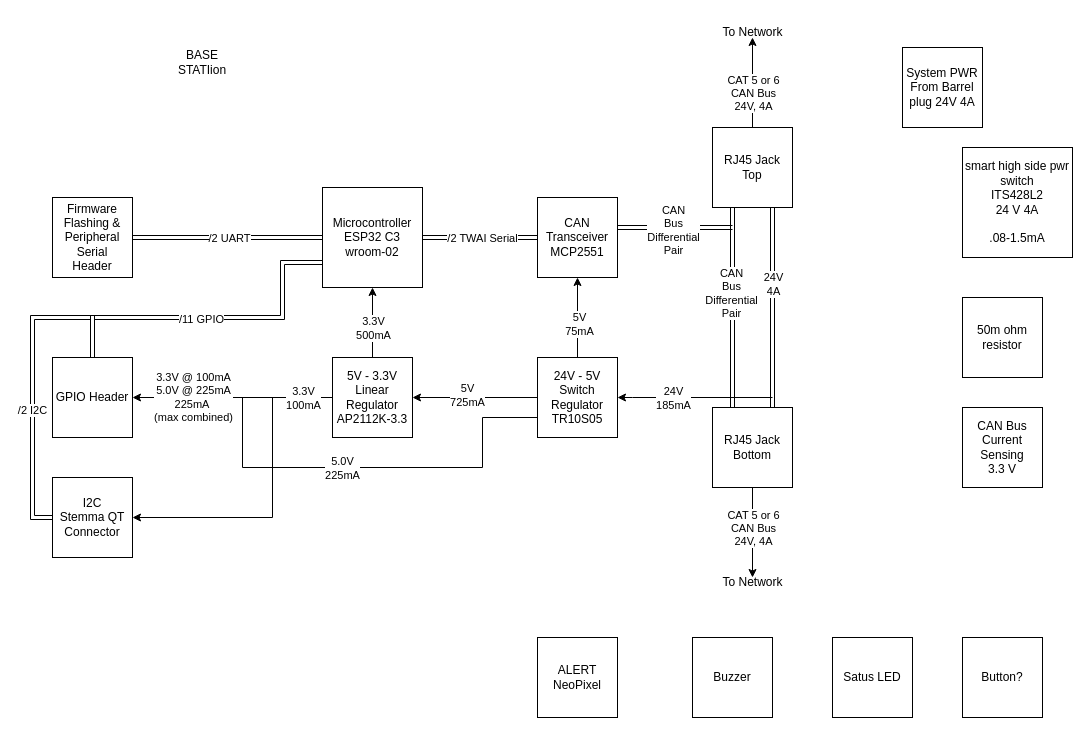
Above: BlockDiagrams/BaseStationBlock.drawio in ProjectFishWorks/Documentation (draw.io), before the change. Source tidied: cells renumbered, new cells numbered last; positions are measured from the earlier drawing's top-left corner, leaving out a move shared by most shapes. Both pictures are drawn from the tidied source at 100%, with x=0, y=0 at pixel (32, 17).
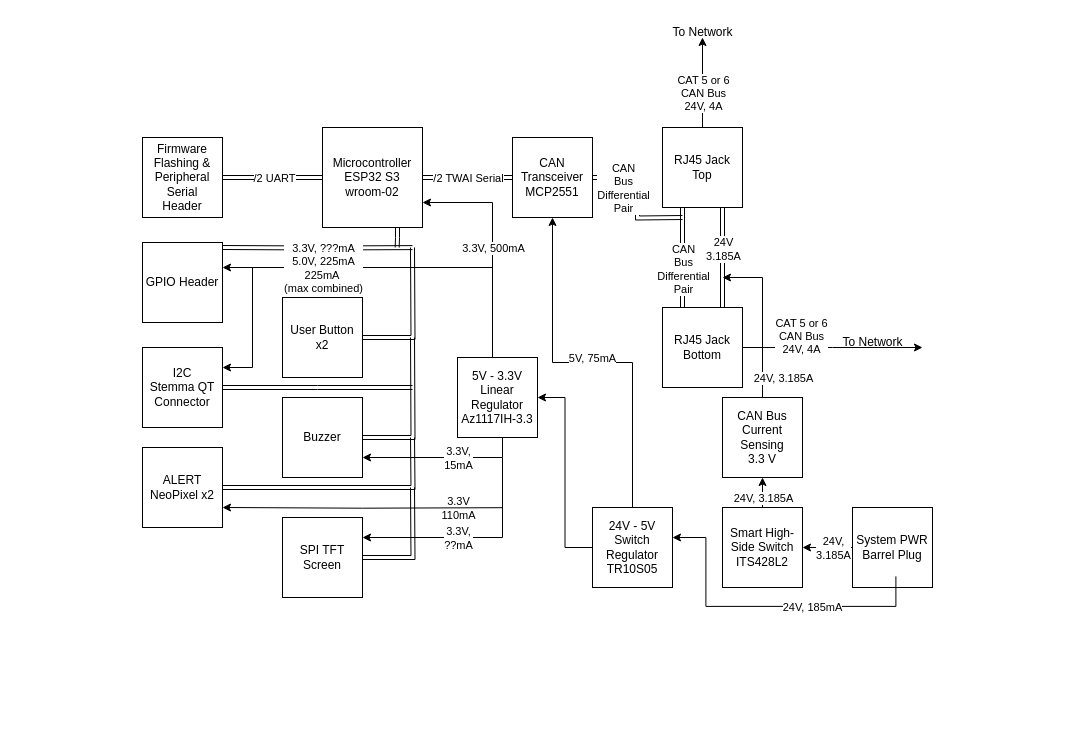
After the change.

Unchanged cells that the change refers to:
```xml
<mxCell id="4" style="edgeStyle=orthogonalEdgeStyle;rounded=0;jettySize=auto;html=1;exitX=0.25;exitY=1;exitDx=0;exitDy=0;entryX=0.25;entryY=0;entryDx=0;entryDy=0;shape=link;" parent="1" edge="1" source="10" target="12">
  <mxGeometry relative="1" as="geometry" />
</mxCell>
<mxCell id="6" style="edgeStyle=orthogonalEdgeStyle;rounded=0;jettySize=auto;html=1;exitX=0.75;exitY=1;exitDx=0;exitDy=0;entryX=0.75;entryY=0;entryDx=0;entryDy=0;shape=link;" parent="1" edge="1" source="10" target="12">
  <mxGeometry relative="1" as="geometry" />
</mxCell>
<mxCell id="24" style="edgeStyle=orthogonalEdgeStyle;rounded=0;jettySize=auto;html=1;entryX=0.5;entryY=1;entryDx=0;entryDy=0;" parent="1" edge="1" source="30" target="21">
  <mxGeometry relative="1" as="geometry" />
</mxCell>
```

Diff of the diagram source:
```diff
@@
-    <mxCell id="2" style="edgeStyle=orthogonalEdgeStyle;rounded=0;jettySize=auto;html=1;shape=link;" parent="1" edge="1" source="21">
-      <mxGeometry relative="1" as="geometry">
-        <mxPoint x="700" y="210" as="targetPoint" />
-        <Array as="points">
-          <mxPoint x="700" y="210" />
-        </Array>
-      </mxGeometry>
-    </mxCell>
-    <mxCell id="3" value="CAN&lt;div&gt;Bus&lt;/div&gt;&lt;div&gt;Differential&lt;br&gt;&lt;/div&gt;&lt;div&gt;Pair&lt;/div&gt;" style="edgeLabel;html=1;align=center;verticalAlign=middle;" parent="2" vertex="1">
-      <mxGeometry x="-0.29" y="-2" relative="1" as="geometry">
-        <mxPoint x="14" as="offset" />
-      </mxGeometry>
-    </mxCell>
+    <mxCell id="54" style="edgeStyle=orthogonalEdgeStyle;rounded=0;orthogonalLoop=1;jettySize=auto;html=1;exitX=1;exitY=0.25;exitDx=0;exitDy=0;shape=link;" parent="1" edge="1">
+      <mxGeometry relative="1" as="geometry">
+        <mxPoint x="190" y="230" as="sourcePoint" />
+        <mxPoint x="380" y="230.1" as="targetPoint" />
+      </mxGeometry>
+    </mxCell>
@@
     <mxCell id="5" value="CAN&lt;div&gt;Bus&lt;/div&gt;&lt;div&gt;Differential&lt;br&gt;&lt;/div&gt;&lt;div&gt;Pair&lt;/div&gt;" style="edgeLabel;html=1;align=center;verticalAlign=middle;" parent="4" vertex="1">
-      <mxGeometry x="-0.15" y="-2" relative="1" as="geometry" />
+      <mxGeometry x="-0.15" y="-2" relative="1" as="geometry">
+        <mxPoint x="2" y="18" as="offset" />
+      </mxGeometry>
     </mxCell>
@@
-    <mxCell id="7" value="24V&lt;div&gt;4A&lt;/div&gt;" style="edgeLabel;html=1;align=center;verticalAlign=middle;" parent="6" vertex="1">
+    <mxCell id="7" value="24V&lt;div&gt;3.185A&lt;/div&gt;" style="edgeLabel;html=1;align=center;verticalAlign=middle;" parent="6" vertex="1">
       <mxGeometry x="-0.29" relative="1" as="geometry">
         <mxPoint y="5" as="offset" />
       </mxGeometry>
     </mxCell>
     <mxCell id="8" style="edgeStyle=orthogonalEdgeStyle;rounded=0;jettySize=auto;html=1;" parent="1" edge="1" source="10">
       <mxGeometry relative="1" as="geometry">
-        <mxPoint x="720" y="20" as="targetPoint" />
+        <mxPoint x="670" y="20" as="targetPoint" />
       </mxGeometry>
     </mxCell>
@@
     <mxCell id="10" value="RJ45 Jack&lt;div&gt;Top&lt;/div&gt;" style="whiteSpace=wrap;html=1;" parent="1" vertex="1">
-      <mxGeometry x="680" y="110" width="80" height="80" as="geometry" />
+      <mxGeometry x="630" y="110" width="80" height="80" as="geometry" />
     </mxCell>
     <mxCell id="11" style="edgeStyle=orthogonalEdgeStyle;rounded=0;jettySize=auto;html=1;" parent="1" edge="1" source="12">
       <mxGeometry relative="1" as="geometry">
-        <mxPoint x="720" y="560" as="targetPoint" />
+        <mxPoint x="890" y="330" as="targetPoint" />
       </mxGeometry>
     </mxCell>
     <mxCell id="12" value="RJ45 Jack&lt;div&gt;Bottom&lt;/div&gt;" style="whiteSpace=wrap;html=1;" parent="1" vertex="1">
-      <mxGeometry x="680" y="390" width="80" height="80" as="geometry" />
+      <mxGeometry x="630" y="290" width="80" height="80" as="geometry" />
     </mxCell>
     <mxCell id="13" value="To Network" style="text;html=1;align=center;verticalAlign=middle;strokeColor=none;fillColor=none;" parent="1" vertex="1">
-      <mxGeometry x="680" width="80" height="30" as="geometry" />
+      <mxGeometry x="630" width="80" height="30" as="geometry" />
     </mxCell>
     <mxCell id="14" value="To Network" style="text;html=1;align=center;verticalAlign=middle;strokeColor=none;fillColor=none;" parent="1" vertex="1">
-      <mxGeometry x="680" y="550" width="80" height="30" as="geometry" />
+      <mxGeometry x="800" y="310" width="80" height="30" as="geometry" />
     </mxCell>
     <mxCell id="15" value="CAT 5 or 6&lt;div&gt;CAN Bus&lt;/div&gt;&lt;div&gt;24V, 4A&lt;/div&gt;" style="edgeLabel;html=1;align=center;verticalAlign=middle;" parent="1" vertex="1">
-      <mxGeometry x="720" y="510" as="geometry" />
+      <mxGeometry x="770" y="310" as="geometry">
+        <mxPoint x="-2" y="8" as="offset" />
+      </mxGeometry>
     </mxCell>
@@
-    <mxCell id="18" style="edgeStyle=orthogonalEdgeStyle;rounded=0;jettySize=auto;html=1;exitX=0;exitY=0.75;exitDx=0;exitDy=0;entryX=0.5;entryY=0;entryDx=0;entryDy=0;shape=link;" parent="1" edge="1" source="20" target="40">
-      <mxGeometry relative="1" as="geometry">
-        <Array as="points">
-          <mxPoint x="250" y="245" />
-          <mxPoint x="250" y="300" />
-          <mxPoint x="60" y="300" />
-        </Array>
-      </mxGeometry>
-    </mxCell>
-    <mxCell id="19" value="/11 GPIO" style="edgeLabel;html=1;align=center;verticalAlign=middle;" parent="18" vertex="1">
-      <mxGeometry x="0.09" y="1" relative="1" as="geometry" />
-    </mxCell>
+    <mxCell id="55" style="edgeStyle=orthogonalEdgeStyle;rounded=0;jettySize=auto;html=1;exitX=0.75;exitY=1;exitDx=0;exitDy=0;shape=link;" parent="1" edge="1" source="20">
+      <mxGeometry relative="1" as="geometry">
+        <mxPoint x="364.7" y="230" as="targetPoint" />
+        <Array as="points">
+          <mxPoint x="365" y="220" />
+          <mxPoint x="365" y="220" />
+        </Array>
+      </mxGeometry>
+    </mxCell>
-    <mxCell id="20" value="&lt;div&gt;Microcontroller&lt;/div&gt;ESP32 C3&lt;div&gt;wroom-02&lt;/div&gt;" style="whiteSpace=wrap;html=1;" parent="1" vertex="1">
-      <mxGeometry x="290" y="170" width="100" height="100" as="geometry" />
+    <mxCell id="20" value="&lt;div&gt;Microcontroller&lt;/div&gt;ESP32 S3&lt;div&gt;wroom-02&lt;/div&gt;" style="whiteSpace=wrap;html=1;" parent="1" vertex="1">
+      <mxGeometry x="290" y="110" width="100" height="100" as="geometry" />
     </mxCell>
+    <mxCell id="56" style="edgeStyle=orthogonalEdgeStyle;rounded=0;jettySize=auto;html=1;shape=link;" parent="1" edge="1" source="21">
+      <mxGeometry relative="1" as="geometry">
+        <mxPoint x="650" y="200" as="targetPoint" />
+      </mxGeometry>
+    </mxCell>
     <mxCell id="21" value="CAN Transceiver&lt;div&gt;MCP2551&lt;/div&gt;" style="whiteSpace=wrap;html=1;" parent="1" vertex="1">
-      <mxGeometry x="505" y="180" width="80" height="80" as="geometry" />
+      <mxGeometry x="480" y="120" width="80" height="80" as="geometry" />
     </mxCell>
-    <mxCell id="22" style="edgeStyle=orthogonalEdgeStyle;rounded=0;jettySize=auto;html=1;" parent="1" edge="1" target="30">
-      <mxGeometry relative="1" as="geometry">
-        <mxPoint x="740" y="380" as="sourcePoint" />
-        <Array as="points">
-          <mxPoint x="600" y="380" />
-          <mxPoint x="600" y="380" />
-        </Array>
-      </mxGeometry>
-    </mxCell>
-    <mxCell id="23" value="24V&lt;div&gt;185mA&lt;/div&gt;" style="edgeLabel;html=1;align=center;verticalAlign=middle;" parent="22" vertex="1">
-      <mxGeometry x="-0.2" y="-2" relative="1" as="geometry">
-        <mxPoint x="-38" y="2" as="offset" />
-      </mxGeometry>
-    </mxCell>
+    <mxCell id="26" style="edgeStyle=orthogonalEdgeStyle;rounded=0;jettySize=auto;html=1;entryX=1;entryY=0.5;entryDx=0;entryDy=0;" parent="1" edge="1" source="30" target="36">
+      <mxGeometry relative="1" as="geometry" />
+    </mxCell>
@@
-    <mxCell id="25" value="5V&lt;div&gt;75mA&lt;/div&gt;" style="edgeLabel;html=1;align=center;verticalAlign=middle;" parent="24" vertex="1">
-      <mxGeometry x="-0.14" y="-1" relative="1" as="geometry" />
-    </mxCell>
-    <mxCell id="26" style="edgeStyle=orthogonalEdgeStyle;rounded=0;jettySize=auto;html=1;entryX=1;entryY=0.5;entryDx=0;entryDy=0;" parent="1" edge="1" source="30" target="36">
-      <mxGeometry relative="1" as="geometry" />
-    </mxCell>
-    <mxCell id="27" value="&lt;div&gt;5V&lt;/div&gt;725mA" style="edgeLabel;html=1;align=center;verticalAlign=middle;" parent="26" vertex="1">
-      <mxGeometry x="0.14" y="-3" relative="1" as="geometry" />
-    </mxCell>
-    <mxCell id="28" style="edgeStyle=orthogonalEdgeStyle;rounded=0;jettySize=auto;html=1;exitX=0;exitY=0.75;exitDx=0;exitDy=0;startArrow=none;startFill=0;endArrow=none;endFill=0;" parent="1" edge="1" source="30">
-      <mxGeometry relative="1" as="geometry">
-        <mxPoint x="250" y="380" as="targetPoint" />
-        <Array as="points">
-          <mxPoint x="450" y="400" />
-          <mxPoint x="450" y="450" />
-          <mxPoint x="210" y="450" />
-          <mxPoint x="210" y="380" />
-        </Array>
-      </mxGeometry>
-    </mxCell>
-    <mxCell id="29" value="&lt;div&gt;5.0V&lt;/div&gt;225mA" style="edgeLabel;html=1;align=center;verticalAlign=middle;" parent="28" vertex="1">
-      <mxGeometry x="0.08" relative="1" as="geometry" />
-    </mxCell>
+    <mxCell id="57" value="5V, 75mA" style="edgeLabel;html=1;align=center;verticalAlign=middle;" parent="24" vertex="1">
+      <mxGeometry x="0.06" relative="1" as="geometry">
+        <mxPoint x="10" y="-5" as="offset" />
+      </mxGeometry>
+    </mxCell>
     <mxCell id="30" value="24V - 5V&lt;div&gt;Switch Regulator&lt;/div&gt;&lt;div&gt;TR10S05&lt;/div&gt;" style="whiteSpace=wrap;html=1;" parent="1" vertex="1">
-      <mxGeometry x="505" y="340" width="80" height="80" as="geometry" />
+      <mxGeometry x="560" y="490" width="80" height="80" as="geometry" />
     </mxCell>
-    <mxCell id="31" style="edgeStyle=orthogonalEdgeStyle;rounded=0;jettySize=auto;html=1;" parent="1" edge="1" source="36" target="20">
-      <mxGeometry relative="1" as="geometry" />
+    <mxCell id="31" style="edgeStyle=orthogonalEdgeStyle;rounded=0;jettySize=auto;html=1;entryX=1;entryY=0.75;entryDx=0;entryDy=0;" parent="1" edge="1" source="36" target="20">
+      <mxGeometry relative="1" as="geometry">
+        <Array as="points">
+          <mxPoint x="460" y="185" />
+        </Array>
+      </mxGeometry>
     </mxCell>
-    <mxCell id="32" value="3.3V&lt;div&gt;500mA&lt;/div&gt;" style="edgeLabel;html=1;align=center;verticalAlign=middle;" parent="31" vertex="1">
-      <mxGeometry x="-0.14" relative="1" as="geometry" />
-    </mxCell>
-    <mxCell id="33" style="edgeStyle=orthogonalEdgeStyle;rounded=0;jettySize=auto;html=1;entryX=1;entryY=0.5;entryDx=0;entryDy=0;" parent="1" edge="1" source="36" target="40">
-      <mxGeometry relative="1" as="geometry" />
-    </mxCell>
-    <mxCell id="34" value="3.3V&lt;div&gt;100mA&lt;/div&gt;" style="edgeLabel;html=1;align=center;verticalAlign=middle;" parent="33" vertex="1">
-      <mxGeometry x="-0.43" y="1" relative="1" as="geometry">
-        <mxPoint x="27" y="-1" as="offset" />
-      </mxGeometry>
-    </mxCell>
-    <mxCell id="35" value="3.3V @ 100mA&lt;div&gt;5.0V @ 225mA&lt;br&gt;&lt;div&gt;&lt;div&gt;225mA&amp;nbsp;&lt;/div&gt;&lt;div&gt;(max combined)&lt;/div&gt;&lt;/div&gt;&lt;/div&gt;" style="edgeLabel;html=1;align=center;verticalAlign=middle;" parent="33" vertex="1">
-      <mxGeometry x="0.44" y="-1" relative="1" as="geometry">
-        <mxPoint x="4" as="offset" />
-      </mxGeometry>
-    </mxCell>
+    <mxCell id="58" value="3.3V, 500mA" style="edgeLabel;html=1;align=center;verticalAlign=middle;" parent="31" vertex="1">
+      <mxGeometry x="-0.5" relative="1" as="geometry">
+        <mxPoint y="-54" as="offset" />
+      </mxGeometry>
+    </mxCell>
+    <mxCell id="59" style="edgeStyle=orthogonalEdgeStyle;rounded=0;jettySize=auto;html=1;entryX=1;entryY=0.75;entryDx=0;entryDy=0;" parent="1" edge="1" source="36" target="47">
+      <mxGeometry relative="1" as="geometry">
+        <Array as="points">
+          <mxPoint x="470" y="440" />
+        </Array>
+      </mxGeometry>
+    </mxCell>
-    <mxCell id="36" value="5V - 3.3V&lt;div&gt;Linear&lt;/div&gt;&lt;div&gt;Regulator&lt;/div&gt;&lt;div&gt;AP2112K-3.3&lt;br&gt;&lt;/div&gt;" style="whiteSpace=wrap;html=1;" parent="1" vertex="1">
-      <mxGeometry x="300" y="340" width="80" height="80" as="geometry" />
+    <mxCell id="36" value="5V - 3.3V&lt;div&gt;Linear&lt;/div&gt;&lt;div&gt;Regulator&lt;/div&gt;&lt;div&gt;Az1117IH-3.3&lt;br&gt;&lt;/div&gt;" style="whiteSpace=wrap;html=1;" parent="1" vertex="1">
+      <mxGeometry x="425" y="340" width="80" height="80" as="geometry" />
     </mxCell>
@@
     <mxCell id="39" value="&lt;div&gt;Firmware Flashing &amp;amp; Peripheral Serial&lt;/div&gt;&lt;div&gt;Header&lt;/div&gt;" style="whiteSpace=wrap;html=1;" parent="1" vertex="1">
-      <mxGeometry x="20" y="180" width="80" height="80" as="geometry" />
+      <mxGeometry x="110" y="120" width="80" height="80" as="geometry" />
     </mxCell>
+    <mxCell id="60" style="edgeStyle=orthogonalEdgeStyle;rounded=0;orthogonalLoop=1;jettySize=auto;html=1;" parent="1" edge="1">
+      <mxGeometry relative="1" as="geometry">
+        <mxPoint x="460" y="250" as="sourcePoint" />
+        <mxPoint x="190" y="250" as="targetPoint" />
+      </mxGeometry>
+    </mxCell>
+    <mxCell id="61" value="3.3V, ???mA&lt;div&gt;5.0V, 225mA&lt;br&gt;&lt;div&gt;&lt;div&gt;225mA&amp;nbsp;&lt;/div&gt;&lt;div&gt;(max combined)&lt;/div&gt;&lt;/div&gt;&lt;/div&gt;" style="edgeLabel;html=1;align=center;verticalAlign=middle;" parent="60" vertex="1">
+      <mxGeometry x="0.26" relative="1" as="geometry" />
+    </mxCell>
     <mxCell id="40" value="&lt;div&gt;GPIO Header&lt;/div&gt;" style="whiteSpace=wrap;html=1;" parent="1" vertex="1">
-      <mxGeometry x="20" y="340" width="80" height="80" as="geometry" />
+      <mxGeometry x="110" y="225" width="80" height="80" as="geometry" />
     </mxCell>
-    <mxCell id="41" style="edgeStyle=orthogonalEdgeStyle;rounded=0;jettySize=auto;html=1;shape=link;" parent="1" edge="1" source="44">
-      <mxGeometry relative="1" as="geometry">
-        <mxPoint x="60" y="340" as="targetPoint" />
-        <Array as="points">
-          <mxPoint y="500" />
-          <mxPoint y="300" />
-          <mxPoint x="60" y="300" />
-        </Array>
-      </mxGeometry>
-    </mxCell>
-    <mxCell id="42" value="/2 I2C" style="edgeLabel;html=1;align=center;verticalAlign=middle;" parent="41" vertex="1">
-      <mxGeometry x="-0.2" y="1" relative="1" as="geometry" />
-    </mxCell>
-    <mxCell id="43" style="edgeStyle=orthogonalEdgeStyle;rounded=0;jettySize=auto;html=1;" parent="1" edge="1" target="44">
-      <mxGeometry relative="1" as="geometry">
-        <mxPoint x="240" y="380" as="sourcePoint" />
-        <Array as="points">
-          <mxPoint x="240" y="500" />
-        </Array>
-      </mxGeometry>
-    </mxCell>
+    <mxCell id="62" style="edgeStyle=orthogonalEdgeStyle;rounded=0;jettySize=auto;html=1;shape=link;" parent="1" edge="1" source="44">
+      <mxGeometry relative="1" as="geometry">
+        <mxPoint x="380" y="370" as="targetPoint" />
+      </mxGeometry>
+    </mxCell>
+    <mxCell id="63" style="edgeStyle=orthogonalEdgeStyle;rounded=0;jettySize=auto;html=1;exitX=1;exitY=0.25;exitDx=0;exitDy=0;entryX=1;entryY=0.25;entryDx=0;entryDy=0;" parent="1" edge="1" target="44">
+      <mxGeometry relative="1" as="geometry">
+        <mxPoint x="220" y="250" as="sourcePoint" />
+        <Array as="points">
+          <mxPoint x="220" y="350" />
+        </Array>
+      </mxGeometry>
+    </mxCell>
     <mxCell id="44" value="&lt;div&gt;I2C&lt;/div&gt;&lt;div&gt;Stemma QT&lt;/div&gt;&lt;div&gt;Connector&lt;/div&gt;" style="whiteSpace=wrap;html=1;" parent="1" vertex="1">
-      <mxGeometry x="20" y="460" width="80" height="80" as="geometry" />
+      <mxGeometry x="110" y="330" width="80" height="80" as="geometry" />
     </mxCell>
-    <mxCell id="45" value="BASE STATIion" style="text;html=1;align=center;verticalAlign=middle;whiteSpace=wrap;rounded=0;" parent="1" vertex="1">
-      <mxGeometry x="140" y="30" width="60" height="30" as="geometry" />
-    </mxCell>
+    <mxCell id="64" style="edgeStyle=orthogonalEdgeStyle;rounded=0;jettySize=auto;html=1;shape=link;" parent="1" edge="1" source="46">
+      <mxGeometry relative="1" as="geometry">
+        <mxPoint x="380" y="420" as="targetPoint" />
+      </mxGeometry>
+    </mxCell>
+    <mxCell id="65" value="3.3V&lt;div&gt;110mA&lt;/div&gt;" style="edgeLabel;html=1;align=center;verticalAlign=middle;" parent="64" vertex="1">
+      <mxGeometry x="-0.76" y="3" relative="1" as="geometry">
+        <mxPoint x="206" y="23" as="offset" />
+      </mxGeometry>
+    </mxCell>
+    <mxCell id="66" style="edgeStyle=orthogonalEdgeStyle;rounded=0;jettySize=auto;html=1;exitX=1;exitY=0.75;exitDx=0;exitDy=0;entryX=1;entryY=0.75;entryDx=0;entryDy=0;" parent="1" edge="1" target="46">
+      <mxGeometry relative="1" as="geometry">
+        <mxPoint x="470" y="490.2" as="sourcePoint" />
+      </mxGeometry>
+    </mxCell>
-    <mxCell id="46" value="ALERT&lt;div&gt;NeoPixel&lt;/div&gt;" style="whiteSpace=wrap;html=1;" parent="1" vertex="1">
-      <mxGeometry x="505" y="620" width="80" height="80" as="geometry" />
+    <mxCell id="46" value="ALERT&lt;div&gt;NeoPixel x2&lt;/div&gt;" style="whiteSpace=wrap;html=1;" parent="1" vertex="1">
+      <mxGeometry x="110" y="430" width="80" height="80" as="geometry" />
     </mxCell>
+    <mxCell id="67" style="edgeStyle=orthogonalEdgeStyle;rounded=0;jettySize=auto;html=1;shape=link;" parent="1" edge="1" source="47">
+      <mxGeometry relative="1" as="geometry">
+        <mxPoint x="380" y="320" as="targetPoint" />
+      </mxGeometry>
+    </mxCell>
+    <mxCell id="68" value="3.3V,&lt;div&gt;15mA&lt;/div&gt;" style="edgeLabel;html=1;align=center;verticalAlign=middle;" parent="67" vertex="1">
+      <mxGeometry x="-0.71" y="-2" relative="1" as="geometry">
+        <mxPoint x="73" y="18" as="offset" />
+      </mxGeometry>
+    </mxCell>
     <mxCell id="47" value="Buzzer" style="whiteSpace=wrap;html=1;" parent="1" vertex="1">
-      <mxGeometry x="660" y="620" width="80" height="80" as="geometry" />
+      <mxGeometry x="250" y="380" width="80" height="80" as="geometry" />
     </mxCell>
-    <mxCell id="48" value="Satus LED" style="whiteSpace=wrap;html=1;" parent="1" vertex="1">
-      <mxGeometry x="800" y="620" width="80" height="80" as="geometry" />
-    </mxCell>
+    <mxCell id="69" style="edgeStyle=orthogonalEdgeStyle;rounded=0;jettySize=auto;html=1;entryX=1;entryY=0.5;entryDx=0;entryDy=0;" parent="1" edge="1" source="49" target="53">
+      <mxGeometry relative="1" as="geometry" />
+    </mxCell>
+    <mxCell id="70" value="24V,&lt;div&gt;3.185A&lt;/div&gt;" style="edgeLabel;html=1;align=center;verticalAlign=middle;" parent="69" vertex="1">
+      <mxGeometry x="0.2" relative="1" as="geometry">
+        <mxPoint x="10" as="offset" />
+      </mxGeometry>
+    </mxCell>
-    <mxCell id="49" value="System PWR From Barrel plug 24V 4A" style="whiteSpace=wrap;html=1;" parent="1" vertex="1">
-      <mxGeometry x="870" y="30" width="80" height="80" as="geometry" />
+    <mxCell id="49" value="System PWR Barrel Plug" style="whiteSpace=wrap;html=1;" parent="1" vertex="1">
+      <mxGeometry x="820" y="490" width="80" height="80" as="geometry" />
     </mxCell>
+    <mxCell id="71" style="edgeStyle=orthogonalEdgeStyle;rounded=0;jettySize=auto;html=1;" parent="1" edge="1" source="50">
+      <mxGeometry relative="1" as="geometry">
+        <mxPoint x="690" y="260" as="targetPoint" />
+        <Array as="points">
+          <mxPoint x="730" y="260" />
+        </Array>
+      </mxGeometry>
+    </mxCell>
+    <mxCell id="72" style="edgeLabel;html=1;align=center;verticalAlign=middle;" parent="71" vertex="1">
+      <mxGeometry x="-0.75" relative="1" as="geometry" />
+    </mxCell>
     <mxCell id="50" value="CAN Bus Current Sensing&lt;div&gt;3.3 V&lt;/div&gt;" style="whiteSpace=wrap;html=1;" parent="1" vertex="1">
-      <mxGeometry x="930" y="390" width="80" height="80" as="geometry" />
+      <mxGeometry x="690" y="380" width="80" height="80" as="geometry" />
     </mxCell>
+    <mxCell id="73" style="edgeStyle=orthogonalEdgeStyle;rounded=0;jettySize=auto;html=1;shape=link;" parent="1" edge="1" source="51">
+      <mxGeometry relative="1" as="geometry">
+        <mxPoint x="380" y="230" as="targetPoint" />
+      </mxGeometry>
+    </mxCell>
-    <mxCell id="51" value="Button?" style="whiteSpace=wrap;html=1;" parent="1" vertex="1">
-      <mxGeometry x="930" y="620" width="80" height="80" as="geometry" />
+    <mxCell id="51" value="User Button&lt;div&gt;x2&lt;/div&gt;" style="whiteSpace=wrap;html=1;" parent="1" vertex="1">
+      <mxGeometry x="250" y="280" width="80" height="80" as="geometry" />
     </mxCell>
-    <mxCell id="52" value="50m ohm resistor" style="whiteSpace=wrap;html=1;" parent="1" vertex="1">
-      <mxGeometry x="930" y="280" width="80" height="80" as="geometry" />
-    </mxCell>
+    <mxCell id="74" style="edgeStyle=orthogonalEdgeStyle;rounded=0;jettySize=auto;html=1;entryX=0.5;entryY=1;entryDx=0;entryDy=0;" parent="1" edge="1" source="53" target="50">
+      <mxGeometry relative="1" as="geometry" />
+    </mxCell>
+    <mxCell id="75" value="24V, 3.185A" style="edgeLabel;html=1;align=center;verticalAlign=middle;" parent="74" vertex="1">
+      <mxGeometry x="0.64" y="1" relative="1" as="geometry">
+        <mxPoint x="1" y="11" as="offset" />
+      </mxGeometry>
+    </mxCell>
-    <mxCell id="53" value="smart high side pwr switch&lt;div&gt;ITS428L2&lt;/div&gt;&lt;div&gt;24 V 4A&lt;/div&gt;&lt;div&gt;&lt;br&gt;&lt;/div&gt;&lt;div&gt;.08-1.5mA&lt;/div&gt;" style="whiteSpace=wrap;html=1;" parent="1" vertex="1">
-      <mxGeometry x="930" y="130" width="110" height="110" as="geometry" />
+    <mxCell id="53" value="Smart High-Side Switch&lt;div&gt;ITS428L2&lt;/div&gt;" style="whiteSpace=wrap;html=1;" parent="1" vertex="1">
+      <mxGeometry x="690" y="490" width="80" height="80" as="geometry" />
     </mxCell>
+    <mxCell id="76" style="edgeStyle=orthogonalEdgeStyle;rounded=0;orthogonalLoop=1;jettySize=auto;html=1;entryX=0.958;entryY=0.514;entryDx=0;entryDy=0;entryPerimeter=0;" parent="1" edge="1">
+      <mxGeometry relative="1" as="geometry">
+        <mxPoint x="863.4" y="558.9" as="sourcePoint" />
+        <mxPoint x="640" y="520" as="targetPoint" />
+        <Array as="points">
+          <mxPoint x="673.4" y="588.9" />
+          <mxPoint x="673.4" y="519.9" />
+        </Array>
+      </mxGeometry>
+    </mxCell>
+    <mxCell id="77" value="24V, 185mA" style="edgeLabel;html=1;align=center;verticalAlign=middle;" parent="76" vertex="1">
+      <mxGeometry x="-0.29" y="1" relative="1" as="geometry" />
+    </mxCell>
+    <mxCell id="78" style="edgeStyle=orthogonalEdgeStyle;rounded=0;jettySize=auto;html=1;shape=link;" parent="1" edge="1" source="81">
+      <mxGeometry relative="1" as="geometry">
+        <mxPoint x="380" y="470" as="targetPoint" />
+      </mxGeometry>
+    </mxCell>
+    <mxCell id="79" style="edgeStyle=orthogonalEdgeStyle;rounded=0;jettySize=auto;html=1;entryX=1;entryY=0.25;entryDx=0;entryDy=0;" parent="1" edge="1" target="81">
+      <mxGeometry relative="1" as="geometry">
+        <mxPoint x="470" y="440" as="sourcePoint" />
+        <Array as="points">
+          <mxPoint x="470" y="520" />
+        </Array>
+      </mxGeometry>
+    </mxCell>
+    <mxCell id="80" value="3.3V,&lt;div&gt;??mA&lt;/div&gt;" style="edgeLabel;html=1;align=center;verticalAlign=middle;" parent="79" vertex="1">
+      <mxGeometry x="0.18" relative="1" as="geometry">
+        <mxPoint x="5" as="offset" />
+      </mxGeometry>
+    </mxCell>
+    <mxCell id="81" value="SPI TFT Screen" style="whiteSpace=wrap;html=1;" parent="1" vertex="1">
+      <mxGeometry x="250" y="500" width="80" height="80" as="geometry" />
+    </mxCell>
+    <mxCell id="3" value="CAN&lt;div&gt;Bus&lt;/div&gt;&lt;div&gt;Differential&lt;br&gt;&lt;/div&gt;&lt;div&gt;Pair&lt;/div&gt;" style="edgeLabel;html=1;align=center;verticalAlign=middle;" parent="1" vertex="1">
+      <mxGeometry x="590" y="170" as="geometry" />
+    </mxCell>
+    <mxCell id="82" value="24V, 3.185A" style="edgeLabel;html=1;align=center;verticalAlign=middle;" parent="1" vertex="1">
+      <mxGeometry x="750" y="360" as="geometry" />
+    </mxCell>
```
